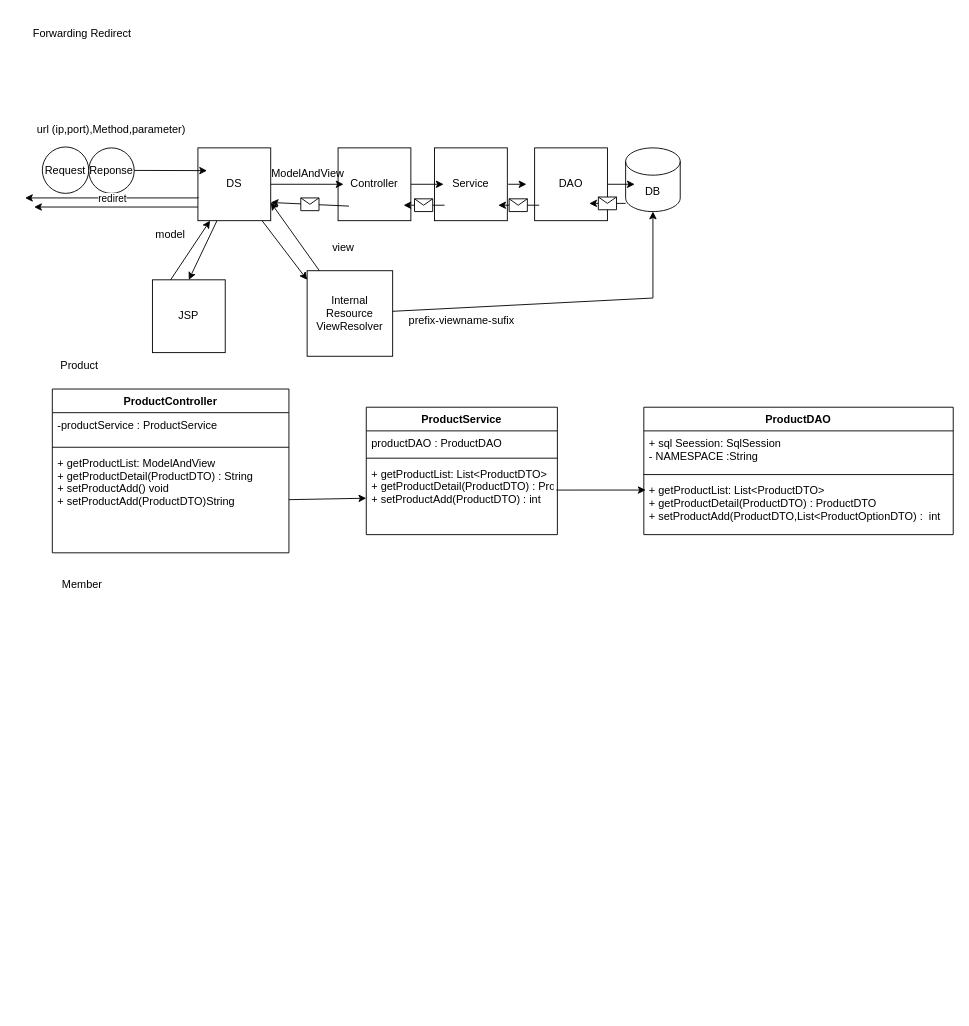
Earlier version of the draw.io diagram 제목 없는 다이어그램.drawio (jinjinzala/GDJ60_Spring). Source tidied: cells renumbered, new cells numbered last; positions are measured from the earlier drawing's top-left corner, leaving out a move shared by most shapes. Both pictures are drawn from the tidied source at 91%, with x=0, y=0 at pixel (15, 15).
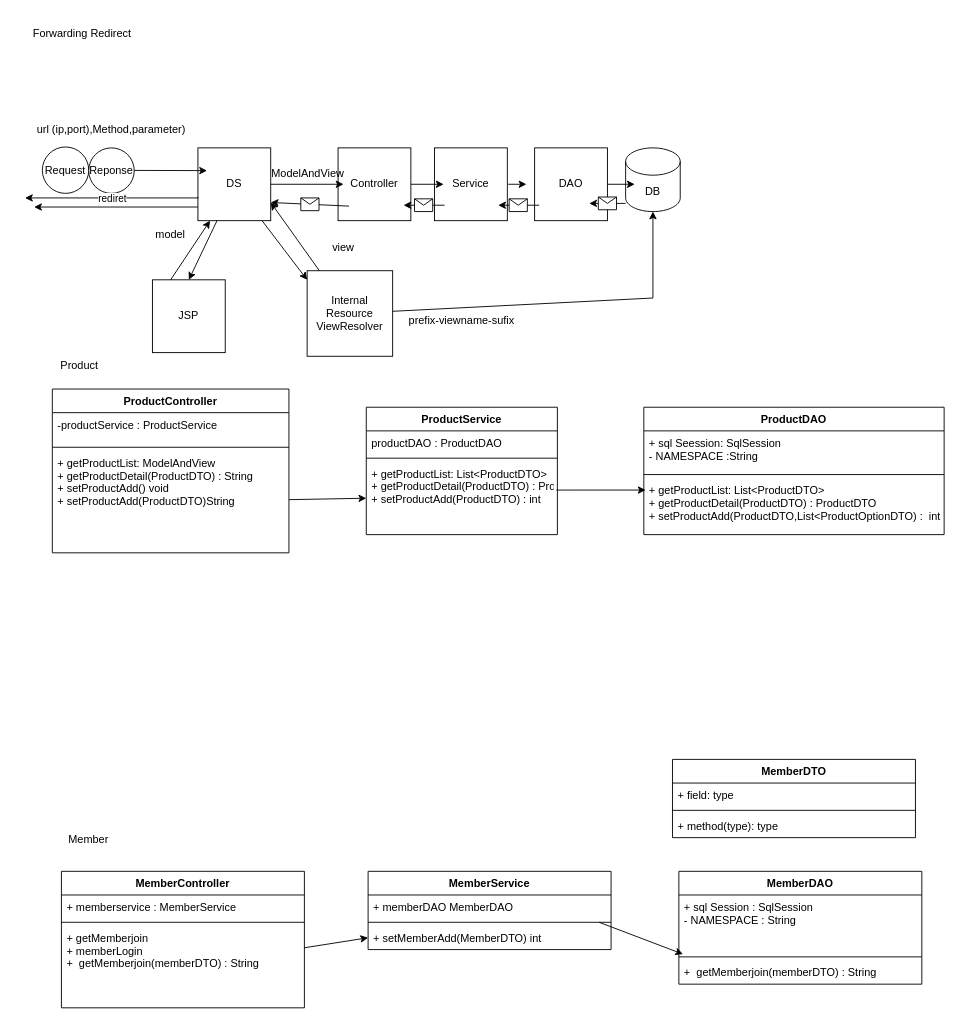
After the change.

Commit message (it also covers changes not shown here):
제목 없는 다이어그램.drawio 업데이트

What changed in the source:
```diff
@@
     <mxCell id="40" value="ProductDAO" style="swimlane;fontStyle=1;align=center;verticalAlign=top;horizontal=1;startSize=26;" parent="1" vertex="1">
-      <mxGeometry x="690" y="430" width="340" height="140" as="geometry" />
+      <mxGeometry x="690" y="430" width="330" height="140" as="geometry" />
     </mxCell>
     <mxCell id="41" value="+ sql Seession: SqlSession&#10;- NAMESPACE :String" style="text;strokeColor=none;fillColor=none;align=left;verticalAlign=top;spacingLeft=4;spacingRight=4;overflow=hidden;" parent="40" vertex="1">
-      <mxGeometry y="26" width="340" height="44" as="geometry" />
+      <mxGeometry y="26" width="330" height="44" as="geometry" />
     </mxCell>
     <mxCell id="42" style="line;strokeWidth=1;fillColor=none;align=left;verticalAlign=middle;spacingTop=-1;spacingLeft=3;spacingRight=3;labelPosition=right;strokeColor=inherit;" parent="40" vertex="1">
-      <mxGeometry y="70" width="340" height="8" as="geometry" />
+      <mxGeometry y="70" width="330" height="8" as="geometry" />
     </mxCell>
     <mxCell id="43" value="+ getProductList: List&lt;ProductDTO&gt;&#10;+ getProductDetail(ProductDTO) : ProductDTO&#10;+ setProductAdd(ProductDTO,List&lt;ProductOptionDTO) :  int" style="text;strokeColor=none;fillColor=none;align=left;verticalAlign=top;spacingLeft=4;spacingRight=4;overflow=hidden;points=[[0,0.5],[1,0.5]];portConstraint=eastwest;" parent="40" vertex="1">
-      <mxGeometry y="78" width="340" height="62" as="geometry" />
+      <mxGeometry y="78" width="330" height="62" as="geometry" />
     </mxCell>
@@
     <mxCell id="54" value="Member" style="text;html=1;strokeColor=none;fillColor=none;align=center;verticalAlign=middle;whiteSpace=wrap;rounded=0;" parent="1" vertex="1">
-      <mxGeometry x="43" y="610" width="60" height="30" as="geometry" />
+      <mxGeometry x="50" y="890" width="60" height="30" as="geometry" />
     </mxCell>
+    <mxCell id="55" value="MemberController" style="swimlane;fontStyle=1;align=center;verticalAlign=top;horizontal=1;startSize=26;" parent="1" vertex="1">
+      <mxGeometry x="50" y="940" width="267" height="150" as="geometry" />
+    </mxCell>
+    <mxCell id="56" value="+ memberservice : MemberService" style="text;strokeColor=none;fillColor=none;align=left;verticalAlign=top;spacingLeft=4;spacingRight=4;overflow=hidden;" parent="55" vertex="1">
+      <mxGeometry y="26" width="267" height="26" as="geometry" />
+    </mxCell>
+    <mxCell id="57" style="line;strokeWidth=1;fillColor=none;align=left;verticalAlign=middle;spacingTop=-1;spacingLeft=3;spacingRight=3;labelPosition=right;strokeColor=inherit;" parent="55" vertex="1">
+      <mxGeometry y="52" width="267" height="8" as="geometry" />
+    </mxCell>
+    <mxCell id="58" value="+ getMemberjoin&#10;+ memberLogin&#10;+  getMemberjoin(memberDTO) : String" style="text;strokeColor=none;fillColor=none;align=left;verticalAlign=top;spacingLeft=4;spacingRight=4;overflow=hidden;points=[[0,0.5],[1,0.5]];portConstraint=eastwest;" parent="55" vertex="1">
+      <mxGeometry y="60" width="267" height="90" as="geometry" />
+    </mxCell>
+    <mxCell id="59" value="MemberService" style="swimlane;fontStyle=1;align=center;verticalAlign=top;horizontal=1;startSize=26;" parent="1" vertex="1">
+      <mxGeometry x="387" y="940" width="267" height="86" as="geometry" />
+    </mxCell>
+    <mxCell id="60" value="+ memberDAO MemberDAO" style="text;strokeColor=none;fillColor=none;align=left;verticalAlign=top;spacingLeft=4;spacingRight=4;overflow=hidden;" parent="59" vertex="1">
+      <mxGeometry y="26" width="267" height="26" as="geometry" />
+    </mxCell>
+    <mxCell id="61" style="line;strokeWidth=1;fillColor=none;align=left;verticalAlign=middle;spacingTop=-1;spacingLeft=3;spacingRight=3;labelPosition=right;strokeColor=inherit;" parent="59" vertex="1">
+      <mxGeometry y="52" width="267" height="8" as="geometry" />
+    </mxCell>
+    <mxCell id="62" value="+ setMemberAdd(MemberDTO) int" style="text;strokeColor=none;fillColor=none;align=left;verticalAlign=top;spacingLeft=4;spacingRight=4;overflow=hidden;points=[[0,0.5],[1,0.5]];portConstraint=eastwest;" parent="59" vertex="1">
+      <mxGeometry y="60" width="267" height="26" as="geometry" />
+    </mxCell>
+    <mxCell id="63" value="MemberDAO" style="swimlane;fontStyle=1;align=center;verticalAlign=top;horizontal=1;startSize=26;" parent="1" vertex="1">
+      <mxGeometry x="728.5" y="940" width="267" height="124" as="geometry" />
+    </mxCell>
+    <mxCell id="64" value="+ sql Session : SqlSession&#10;- NAMESPACE : String" style="text;strokeColor=none;fillColor=none;align=left;verticalAlign=top;spacingLeft=4;spacingRight=4;overflow=hidden;" parent="63" vertex="1">
+      <mxGeometry y="26" width="267" height="64" as="geometry" />
+    </mxCell>
+    <mxCell id="65" style="line;strokeWidth=1;fillColor=none;align=left;verticalAlign=middle;spacingTop=-1;spacingLeft=3;spacingRight=3;labelPosition=right;points=[];portConstraint=eastwest;strokeColor=inherit;" parent="63" vertex="1">
+      <mxGeometry y="90" width="267" height="8" as="geometry" />
+    </mxCell>
+    <mxCell id="66" value="+  getMemberjoin(memberDTO) : String" style="text;strokeColor=none;fillColor=none;align=left;verticalAlign=top;spacingLeft=4;spacingRight=4;overflow=hidden;" parent="63" vertex="1">
+      <mxGeometry y="98" width="267" height="26" as="geometry" />
+    </mxCell>
+    <mxCell id="67" value="MemberDTO" style="swimlane;fontStyle=1;align=center;verticalAlign=top;horizontal=1;startSize=26;" parent="1" vertex="1">
+      <mxGeometry x="721.5" y="817" width="267" height="86" as="geometry" />
+    </mxCell>
+    <mxCell id="68" value="+ field: type" style="text;strokeColor=none;fillColor=none;align=left;verticalAlign=top;spacingLeft=4;spacingRight=4;overflow=hidden;" parent="67" vertex="1">
+      <mxGeometry y="26" width="267" height="26" as="geometry" />
+    </mxCell>
+    <mxCell id="69" style="line;strokeWidth=1;fillColor=none;align=left;verticalAlign=middle;spacingTop=-1;spacingLeft=3;spacingRight=3;labelPosition=right;strokeColor=inherit;" parent="67" vertex="1">
+      <mxGeometry y="52" width="267" height="8" as="geometry" />
+    </mxCell>
+    <mxCell id="70" value="+ method(type): type" style="text;strokeColor=none;fillColor=none;align=left;verticalAlign=top;spacingLeft=4;spacingRight=4;overflow=hidden;" parent="67" vertex="1">
+      <mxGeometry y="60" width="267" height="26" as="geometry" />
+    </mxCell>
+    <mxCell id="71" style="endArrow=classic;html=1;rounded=0;entryX=0;entryY=0.5;entryDx=0;entryDy=0;" parent="1" edge="1" source="58" target="62">
+      <mxGeometry relative="1" as="geometry" />
+    </mxCell>
+    <mxCell id="72" style="endArrow=classic;html=1;rounded=0;exitX=0.951;exitY=-0.154;exitDx=0;exitDy=0;exitPerimeter=0;entryX=0.017;entryY=0.125;entryDx=0;entryDy=0;entryPerimeter=0;" parent="1" edge="1" source="62" target="65">
+      <mxGeometry relative="1" as="geometry" />
+    </mxCell>
```
